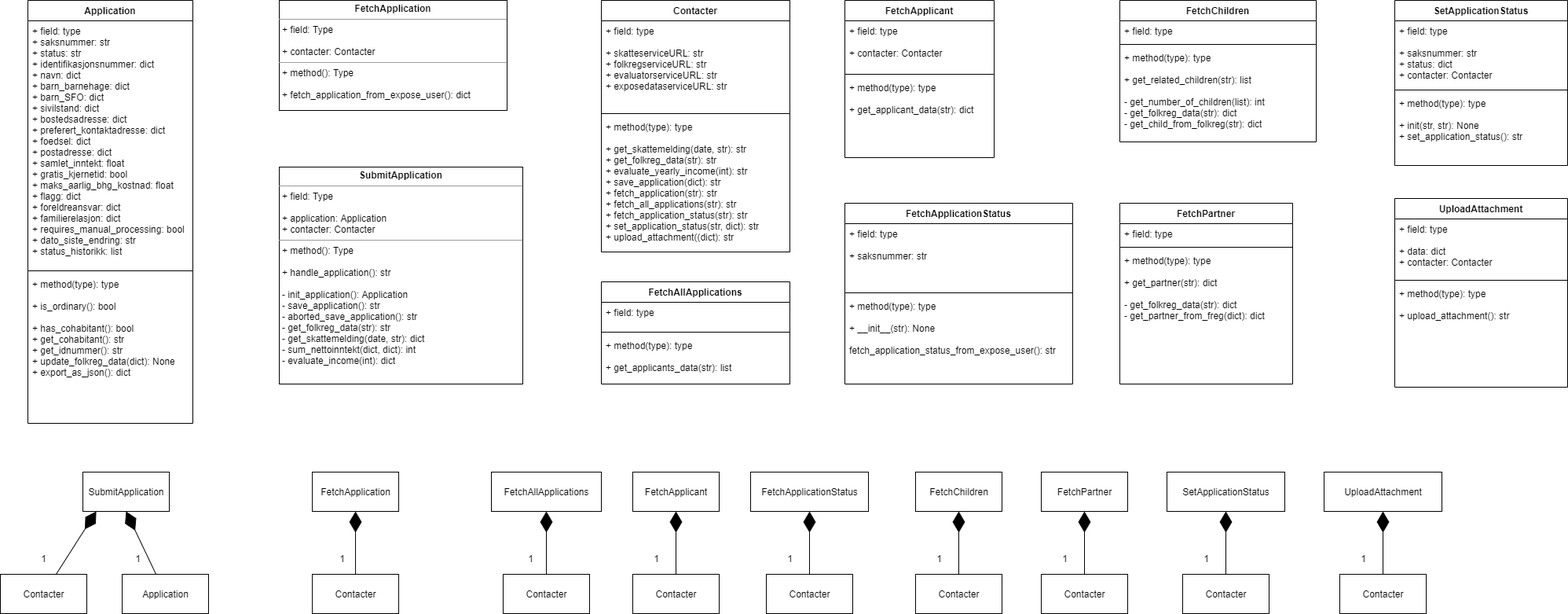
Before: Documentation/UML/Hubservice/HUB_klassediagram.png, a diagram exported from draw.io (Altinn/summer-camp-2021). Source tidied: cells renumbered, new cells last; positions are measured from the earlier drawing's top-left corner, leaving out a move shared by most shapes.
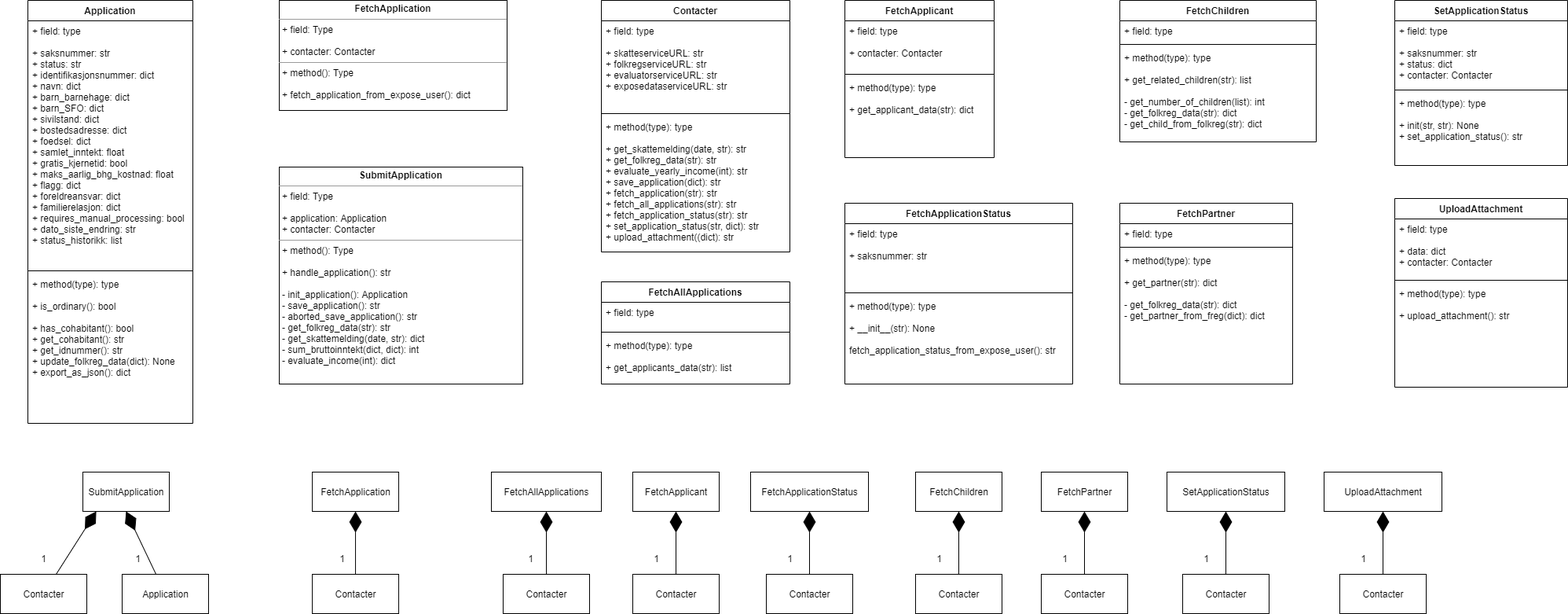
After the commit.

Diff of the diagram source:
```diff
@@ -5,7 +5,7 @@
     <mxCell id="2" value="Application" style="swimlane;fontStyle=1;align=center;verticalAlign=top;horizontal=1;startSize=26;" parent="1" vertex="1">
       <mxGeometry x="35" width="210" height="538" as="geometry" />
     </mxCell>
-    <mxCell id="3" value="+ field: type&#10;+ saksnummer: str&#10;+ status: str&#10;+ identifikasjonsnummer: dict&#10;+ navn: dict&#10;+ barn_barnehage: dict&#10;+ barn_SFO: dict&#10;+ sivilstand: dict&#10;+ bostedsadresse: dict&#10;+ preferert_kontaktadresse: dict&#10;+ foedsel: dict&#10;+ postadresse: dict&#10;+ samlet_inntekt: float&#10;+ gratis_kjernetid: bool&#10;+ maks_aarlig_bhg_kostnad: float&#10;+ flagg: dict&#10;+ foreldreansvar: dict&#10;+ familierelasjon: dict&#10;+ requires_manual_processing: bool&#10;+ dato_siste_endring: str&#10;+ status_historikk: list&#10;" style="text;strokeColor=none;fillColor=none;align=left;verticalAlign=top;spacingLeft=4;spacingRight=4;overflow=hidden;" parent="2" vertex="1">
+    <mxCell id="3" value="+ field: type&#10;&#10;+ saksnummer: str&#10;+ status: str&#10;+ identifikasjonsnummer: dict&#10;+ navn: dict&#10;+ barn_barnehage: dict&#10;+ barn_SFO: dict&#10;+ sivilstand: dict&#10;+ bostedsadresse: dict&#10;+ foedsel: dict&#10;+ samlet_inntekt: float&#10;+ gratis_kjernetid: bool&#10;+ maks_aarlig_bhg_kostnad: float&#10;+ flagg: dict&#10;+ foreldreansvar: dict&#10;+ familierelasjon: dict&#10;+ requires_manual_processing: bool&#10;+ dato_siste_endring: str&#10;+ status_historikk: list&#10;" style="text;strokeColor=none;fillColor=none;align=left;verticalAlign=top;spacingLeft=4;spacingRight=4;overflow=hidden;" parent="2" vertex="1">
       <mxGeometry y="26" width="210" height="314" as="geometry" />
     </mxCell>
     <mxCell id="4" style="line;strokeWidth=1;fillColor=none;align=left;verticalAlign=middle;spacingTop=-1;spacingLeft=3;spacingRight=3;labelPosition=right;" parent="2" vertex="1">
@@ -17,7 +17,7 @@
     <mxCell id="6" value="&lt;p style=&quot;margin: 0px ; margin-top: 4px ; text-align: center&quot;&gt;&lt;b&gt;FetchApplication&lt;/b&gt;&lt;/p&gt;&lt;hr size=&quot;1&quot;&gt;&lt;p style=&quot;margin: 0px ; margin-left: 4px&quot;&gt;+ field: Type&lt;/p&gt;&lt;p style=&quot;margin: 0px ; margin-left: 4px&quot;&gt;&lt;br&gt;&lt;/p&gt;&lt;p style=&quot;margin: 0px ; margin-left: 4px&quot;&gt;+ contacter: Contacter&lt;/p&gt;&lt;hr size=&quot;1&quot;&gt;&lt;p style=&quot;margin: 0px ; margin-left: 4px&quot;&gt;+ method(): Type&lt;/p&gt;&lt;p style=&quot;margin: 0px ; margin-left: 4px&quot;&gt;&lt;br&gt;&lt;/p&gt;&lt;p style=&quot;margin: 0px ; margin-left: 4px&quot;&gt;+ fetch_application_from_expose_user(): dict&lt;/p&gt;" style="verticalAlign=top;align=left;overflow=fill;fontSize=12;fontFamily=Helvetica;html=1;" parent="1" vertex="1">
       <mxGeometry x="355" width="290" height="140" as="geometry" />
     </mxCell>
-    <mxCell id="7" value="&lt;p style=&quot;margin: 0px ; margin-top: 4px ; text-align: center&quot;&gt;&lt;b&gt;SubmitApplication&lt;/b&gt;&lt;/p&gt;&lt;hr size=&quot;1&quot;&gt;&lt;p style=&quot;margin: 0px ; margin-left: 4px&quot;&gt;+ field: Type&lt;/p&gt;&lt;p style=&quot;margin: 0px ; margin-left: 4px&quot;&gt;&lt;br&gt;&lt;/p&gt;&lt;p style=&quot;margin: 0px ; margin-left: 4px&quot;&gt;+ application: Application&lt;/p&gt;&lt;p style=&quot;margin: 0px ; margin-left: 4px&quot;&gt;+ contacter: Contacter&lt;/p&gt;&lt;hr size=&quot;1&quot;&gt;&lt;p style=&quot;margin: 0px ; margin-left: 4px&quot;&gt;+ method(): Type&lt;/p&gt;&lt;p style=&quot;margin: 0px ; margin-left: 4px&quot;&gt;&lt;br&gt;&lt;/p&gt;&lt;p style=&quot;margin: 0px ; margin-left: 4px&quot;&gt;+ handle_application(): str&lt;/p&gt;&lt;p style=&quot;margin: 0px ; margin-left: 4px&quot;&gt;&lt;br&gt;&lt;/p&gt;&lt;p style=&quot;margin: 0px ; margin-left: 4px&quot;&gt;- init_application(): Application&lt;/p&gt;&lt;p style=&quot;margin: 0px ; margin-left: 4px&quot;&gt;- save_application(): str&lt;/p&gt;&lt;p style=&quot;margin: 0px ; margin-left: 4px&quot;&gt;- aborted_save_application(): str&lt;/p&gt;&lt;p style=&quot;margin: 0px ; margin-left: 4px&quot;&gt;- get_folkreg_data(str): str&lt;/p&gt;&lt;p style=&quot;margin: 0px ; margin-left: 4px&quot;&gt;- get_skattemelding(date, str): dict&lt;/p&gt;&lt;p style=&quot;margin: 0px ; margin-left: 4px&quot;&gt;- sum_nettoinntekt(dict, dict): int&lt;/p&gt;&lt;p style=&quot;margin: 0px ; margin-left: 4px&quot;&gt;- evaluate_income(int): dict&lt;/p&gt;&lt;p style=&quot;margin: 0px ; margin-left: 4px&quot;&gt;&lt;br&gt;&lt;/p&gt;" style="verticalAlign=top;align=left;overflow=fill;fontSize=12;fontFamily=Helvetica;html=1;" parent="1" vertex="1">
+    <mxCell id="7" value="&lt;p style=&quot;margin: 0px ; margin-top: 4px ; text-align: center&quot;&gt;&lt;b&gt;SubmitApplication&lt;/b&gt;&lt;/p&gt;&lt;hr size=&quot;1&quot;&gt;&lt;p style=&quot;margin: 0px ; margin-left: 4px&quot;&gt;+ field: Type&lt;/p&gt;&lt;p style=&quot;margin: 0px ; margin-left: 4px&quot;&gt;&lt;br&gt;&lt;/p&gt;&lt;p style=&quot;margin: 0px ; margin-left: 4px&quot;&gt;+ application: Application&lt;/p&gt;&lt;p style=&quot;margin: 0px ; margin-left: 4px&quot;&gt;+ contacter: Contacter&lt;/p&gt;&lt;hr size=&quot;1&quot;&gt;&lt;p style=&quot;margin: 0px ; margin-left: 4px&quot;&gt;+ method(): Type&lt;/p&gt;&lt;p style=&quot;margin: 0px ; margin-left: 4px&quot;&gt;&lt;br&gt;&lt;/p&gt;&lt;p style=&quot;margin: 0px ; margin-left: 4px&quot;&gt;+ handle_application(): str&lt;/p&gt;&lt;p style=&quot;margin: 0px ; margin-left: 4px&quot;&gt;&lt;br&gt;&lt;/p&gt;&lt;p style=&quot;margin: 0px ; margin-left: 4px&quot;&gt;- init_application(): Application&lt;/p&gt;&lt;p style=&quot;margin: 0px ; margin-left: 4px&quot;&gt;- save_application(): str&lt;/p&gt;&lt;p style=&quot;margin: 0px ; margin-left: 4px&quot;&gt;- aborted_save_application(): str&lt;/p&gt;&lt;p style=&quot;margin: 0px ; margin-left: 4px&quot;&gt;- get_folkreg_data(str): str&lt;/p&gt;&lt;p style=&quot;margin: 0px ; margin-left: 4px&quot;&gt;- get_skattemelding(date, str): dict&lt;/p&gt;&lt;p style=&quot;margin: 0px ; margin-left: 4px&quot;&gt;- sum_bruttoinntekt(dict, dict): int&lt;/p&gt;&lt;p style=&quot;margin: 0px ; margin-left: 4px&quot;&gt;- evaluate_income(int): dict&lt;/p&gt;&lt;p style=&quot;margin: 0px ; margin-left: 4px&quot;&gt;&lt;br&gt;&lt;/p&gt;" style="verticalAlign=top;align=left;overflow=fill;fontSize=12;fontFamily=Helvetica;html=1;" parent="1" vertex="1">
       <mxGeometry x="355" y="212" width="310" height="276" as="geometry" />
     </mxCell>
     <mxCell id="8" value="Application" style="html=1;" parent="1" vertex="1">
```
